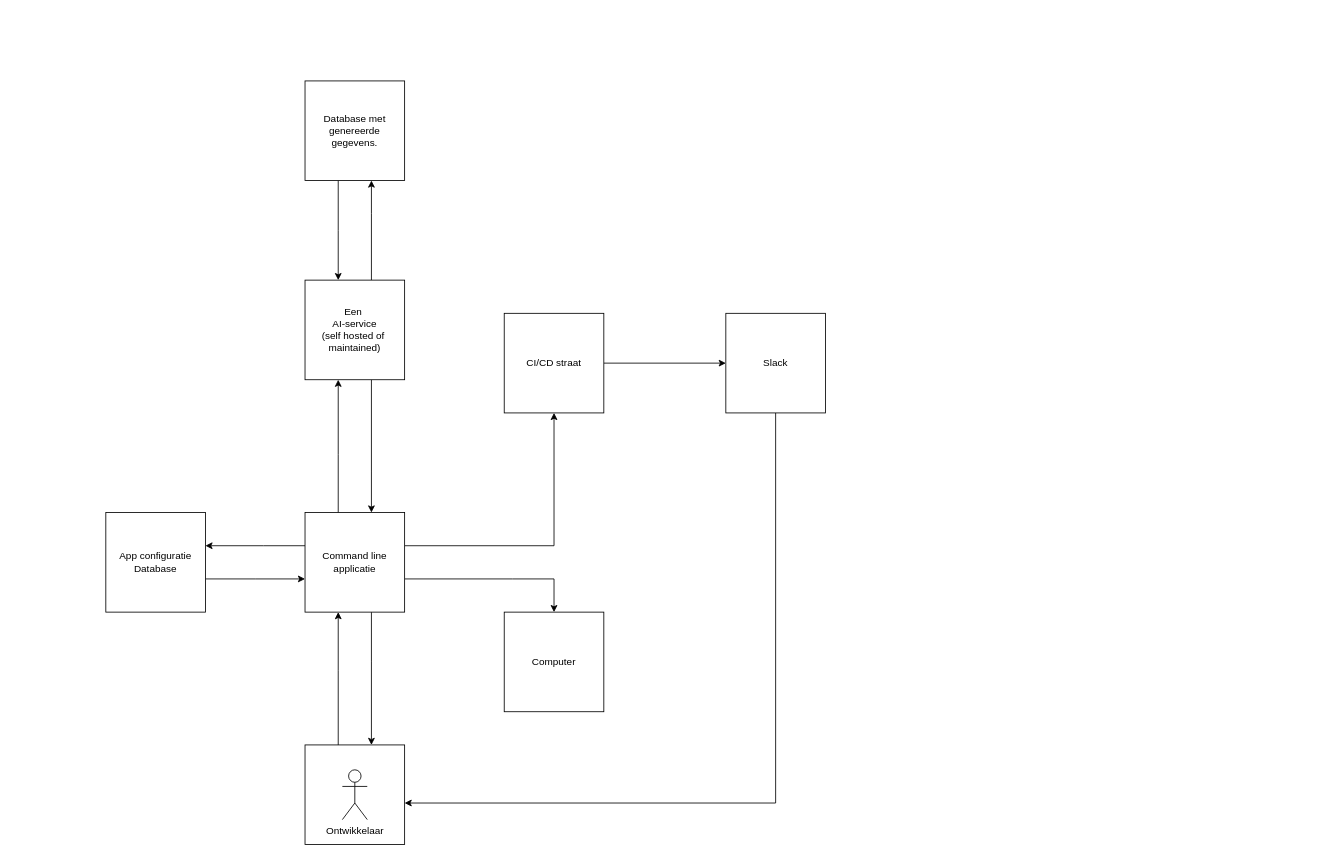
Above: page "CLI-app" (1 of 5) of cli app.drawio in luukvankooten/draw.io (draw.io), before the change. Source tidied: cells renumbered, new cells numbered last; positions are measured from the earlier drawing's top-left corner, leaving out a move shared by most shapes. Both pictures are drawn from the tidied source at 83%, with x=0, y=0 at pixel (105, 81).
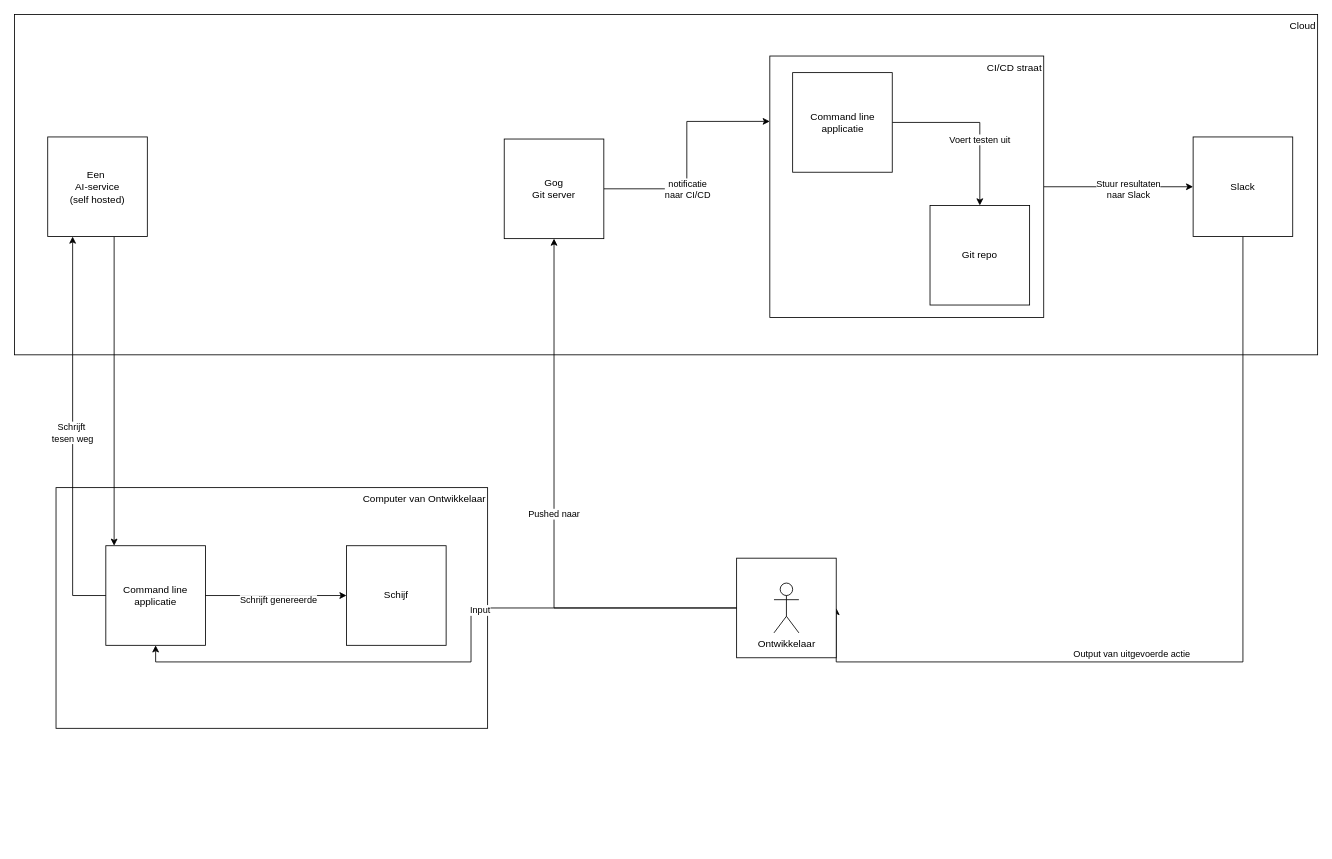
The same diagram, later.

Unchanged cells that the change refers to:
```xml
<mxCell id="21" style="whiteSpace=wrap;html=1;" parent="20" vertex="1">
  <mxGeometry width="120" height="120" as="geometry" />
</mxCell>
```

Diff of the diagram source:
```diff
@@
-    <mxCell id="2" style="edgeStyle=orthogonalEdgeStyle;rounded=0;jettySize=auto;html=1;" parent="1" edge="1" source="7" target="10">
-      <mxGeometry relative="1" as="geometry">
-        <Array as="points">
-          <mxPoint x="280" y="450" />
-          <mxPoint x="280" y="450" />
-        </Array>
-      </mxGeometry>
-    </mxCell>
-    <mxCell id="3" style="edgeStyle=orthogonalEdgeStyle;rounded=0;jettySize=auto;html=1;" parent="1" edge="1" source="7" target="21">
-      <mxGeometry relative="1" as="geometry">
-        <Array as="points">
-          <mxPoint x="320" y="700" />
-          <mxPoint x="320" y="700" />
-        </Array>
-      </mxGeometry>
-    </mxCell>
-    <mxCell id="4" style="edgeStyle=orthogonalEdgeStyle;rounded=0;jettySize=auto;html=1;" parent="1" edge="1" source="7" target="15">
-      <mxGeometry relative="1" as="geometry">
-        <Array as="points">
-          <mxPoint x="190" y="560" />
-          <mxPoint x="190" y="560" />
-        </Array>
-      </mxGeometry>
-    </mxCell>
-    <mxCell id="5" style="edgeStyle=orthogonalEdgeStyle;rounded=0;jettySize=auto;html=1;" parent="1" edge="1" source="7" target="13">
-      <mxGeometry relative="1" as="geometry">
-        <Array as="points">
-          <mxPoint x="490" y="600" />
-          <mxPoint x="490" y="600" />
-        </Array>
-      </mxGeometry>
-    </mxCell>
-    <mxCell id="6" style="edgeStyle=orthogonalEdgeStyle;rounded=0;jettySize=auto;html=1;" parent="1" edge="1" source="7" target="19">
-      <mxGeometry relative="1" as="geometry">
-        <Array as="points">
-          <mxPoint x="540" y="560" />
-        </Array>
-      </mxGeometry>
-    </mxCell>
+    <mxCell id="24" style="group;" parent="1" vertex="1">
+      <mxGeometry x="-60" y="490" width="520" height="290" as="geometry" />
+    </mxCell>
+    <mxCell id="25" value="&amp;nbsp;Computer van Ontwikkelaar" style="rounded=0;whiteSpace=wrap;html=1;verticalAlign=top;align=right;" parent="24" vertex="1">
+      <mxGeometry width="520" height="290" as="geometry" />
+    </mxCell>
-    <mxCell id="7" value="Command line applicatie" style="whiteSpace=wrap;html=1;direction=south;" parent="1" vertex="1">
-      <mxGeometry x="240" y="520" width="120" height="120" as="geometry" />
+    <mxCell id="7" value="Command line applicatie" style="whiteSpace=wrap;html=1;direction=south;" parent="24" vertex="1">
+      <mxGeometry x="60" y="70" width="120" height="120" as="geometry" />
     </mxCell>
+    <mxCell id="26" value="Schijf" style="whiteSpace=wrap;html=1;" parent="24" vertex="1">
+      <mxGeometry x="350" y="70" width="120" height="120" as="geometry" />
+    </mxCell>
+    <mxCell id="27" style="edgeStyle=orthogonalEdgeStyle;rounded=0;jettySize=auto;html=1;entryX=0;entryY=0.5;entryDx=0;entryDy=0;" parent="24" edge="1" source="7" target="26">
+      <mxGeometry relative="1" as="geometry" />
+    </mxCell>
+    <mxCell id="28" value="&lt;div&gt;Schrijft genereerde &lt;br&gt;&lt;/div&gt;" style="edgeLabel;html=1;align=center;verticalAlign=middle;" parent="27" vertex="1">
+      <mxGeometry x="0.02" y="-5" relative="1" as="geometry" />
+    </mxCell>
+    <mxCell id="29" value="&lt;div&gt;Cloud&lt;/div&gt;" style="rounded=0;whiteSpace=wrap;html=1;verticalAlign=top;align=right;" parent="1" vertex="1">
+      <mxGeometry x="-110" y="-80" width="1570" height="410" as="geometry" />
+    </mxCell>
+    <mxCell id="18" style="edgeStyle=orthogonalEdgeStyle;rounded=0;jettySize=auto;html=1;entryX=0;entryY=0.5;entryDx=0;entryDy=0;" parent="1" edge="1" source="19" target="17">
+      <mxGeometry relative="1" as="geometry" />
+    </mxCell>
+    <mxCell id="30" value="&lt;div&gt;Stuur resultaten &lt;br&gt;&lt;/div&gt;&lt;div&gt;naar Slack &lt;/div&gt;" style="edgeLabel;html=1;align=center;verticalAlign=middle;" parent="18" vertex="1">
+      <mxGeometry x="-0.24" y="-2" relative="1" as="geometry">
+        <mxPoint x="33" y="1" as="offset" />
+      </mxGeometry>
+    </mxCell>
     <mxCell id="8" style="edgeStyle=orthogonalEdgeStyle;rounded=0;jettySize=auto;html=1;" parent="1" edge="1" source="10" target="7">
       <mxGeometry relative="1" as="geometry">
         <Array as="points">
-          <mxPoint x="320" y="470" />
-          <mxPoint x="320" y="470" />
+          <mxPoint x="10" y="370" />
+          <mxPoint x="10" y="370" />
         </Array>
       </mxGeometry>
     </mxCell>
-    <mxCell id="9" style="edgeStyle=orthogonalEdgeStyle;rounded=0;jettySize=auto;html=1;" parent="1" edge="1" source="10" target="12">
-      <mxGeometry relative="1" as="geometry">
-        <Array as="points">
-          <mxPoint x="320" y="160" />
-          <mxPoint x="320" y="160" />
-        </Array>
-      </mxGeometry>
-    </mxCell>
-    <mxCell id="10" value="&lt;div&gt;Een&amp;nbsp;&lt;/div&gt;&lt;div&gt;AI-service&lt;/div&gt;&lt;div&gt;(self hosted of&amp;nbsp;&lt;/div&gt;&lt;div&gt;maintained)&lt;br&gt;&lt;/div&gt;" style="whiteSpace=wrap;html=1;" parent="1" vertex="1">
-      <mxGeometry x="240" y="240" width="120" height="120" as="geometry" />
+    <mxCell id="10" value="&lt;div&gt;Een&amp;nbsp;&lt;/div&gt;&lt;div&gt;AI-service&lt;/div&gt;&lt;div&gt;(self hosted)&lt;br&gt;&lt;/div&gt;" style="whiteSpace=wrap;html=1;" parent="1" vertex="1">
+      <mxGeometry x="-70" y="67.5" width="120" height="120" as="geometry" />
     </mxCell>
-    <mxCell id="11" style="edgeStyle=orthogonalEdgeStyle;rounded=0;jettySize=auto;html=1;" parent="1" edge="1" source="12" target="10">
-      <mxGeometry relative="1" as="geometry">
-        <Array as="points">
-          <mxPoint x="280" y="180" />
-          <mxPoint x="280" y="180" />
-        </Array>
-      </mxGeometry>
-    </mxCell>
-    <mxCell id="12" value="Database met genereerde gegevens." style="whiteSpace=wrap;html=1;" parent="1" vertex="1">
-      <mxGeometry x="240" width="120" height="120" as="geometry" />
-    </mxCell>
-    <mxCell id="13" value="Computer" style="whiteSpace=wrap;html=1;" parent="1" vertex="1">
-      <mxGeometry x="480" y="640" width="120" height="120" as="geometry" />
-    </mxCell>
-    <mxCell id="14" style="edgeStyle=orthogonalEdgeStyle;rounded=0;jettySize=auto;html=1;" parent="1" edge="1" source="15" target="7">
-      <mxGeometry relative="1" as="geometry">
-        <Array as="points">
-          <mxPoint x="180" y="600" />
-          <mxPoint x="180" y="600" />
-        </Array>
-      </mxGeometry>
-    </mxCell>
-    <mxCell id="15" value="&lt;div&gt;App configuratie&lt;/div&gt;&lt;div&gt;Database&lt;br&gt;&lt;/div&gt;" style="whiteSpace=wrap;html=1;" parent="1" vertex="1">
-      <mxGeometry y="520" width="120" height="120" as="geometry" />
-    </mxCell>
-    <mxCell id="16" style="edgeStyle=orthogonalEdgeStyle;rounded=0;jettySize=auto;html=1;" parent="1" edge="1" source="17" target="21">
+    <mxCell id="16" style="edgeStyle=orthogonalEdgeStyle;rounded=0;jettySize=auto;html=1;exitX=0.5;exitY=1;exitDx=0;exitDy=0;entryX=1;entryY=0.5;entryDx=0;entryDy=0;" parent="1" edge="1" source="17" target="21">
       <mxGeometry relative="1" as="geometry">
         <Array as="points">
-          <mxPoint x="807" y="870" />
+          <mxPoint x="1370" y="700" />
         </Array>
       </mxGeometry>
     </mxCell>
+    <mxCell id="31" value="Output van uitgevoerde actie" style="edgeLabel;html=1;align=center;verticalAlign=middle;" parent="16" vertex="1">
+      <mxGeometry x="0.65" y="3" relative="1" as="geometry">
+        <mxPoint x="234" y="-13" as="offset" />
+      </mxGeometry>
+    </mxCell>
     <mxCell id="17" value="Slack" style="whiteSpace=wrap;html=1;" parent="1" vertex="1">
-      <mxGeometry x="747" y="280" width="120" height="120" as="geometry" />
+      <mxGeometry x="1310" y="67.5" width="120" height="120" as="geometry" />
     </mxCell>
-    <mxCell id="18" style="edgeStyle=orthogonalEdgeStyle;rounded=0;jettySize=auto;html=1;" parent="1" edge="1" source="19" target="17">
-      <mxGeometry relative="1" as="geometry" />
-    </mxCell>
-    <mxCell id="19" value="CI/CD straat" style="whiteSpace=wrap;html=1;" parent="1" vertex="1">
-      <mxGeometry x="480" y="280" width="120" height="120" as="geometry" />
-    </mxCell>
     <mxCell id="20" style="group;" parent="1" vertex="1">
-      <mxGeometry x="240" y="800" width="120" height="120" as="geometry" />
+      <mxGeometry x="760" y="575" width="120" height="120" as="geometry" />
     </mxCell>
@@
+    <mxCell id="32" style="group;" parent="1" vertex="1">
+      <mxGeometry x="800" y="-30" width="330" height="315" as="geometry" />
+    </mxCell>
+    <mxCell id="19" value="CI/CD straat" style="rounded=0;whiteSpace=wrap;html=1;verticalAlign=top;align=right;" parent="32" vertex="1">
+      <mxGeometry width="330" height="315" as="geometry" />
+    </mxCell>
+    <mxCell id="33" style="edgeStyle=orthogonalEdgeStyle;rounded=0;jettySize=auto;html=1;" parent="32" edge="1" source="35" target="36">
+      <mxGeometry relative="1" as="geometry" />
+    </mxCell>
+    <mxCell id="34" value="Voert testen uit" style="edgeLabel;html=1;align=center;verticalAlign=middle;" parent="33" vertex="1">
+      <mxGeometry x="-0.21" y="1" relative="1" as="geometry">
+        <mxPoint x="24" y="21" as="offset" />
+      </mxGeometry>
+    </mxCell>
+    <mxCell id="35" value="Command line applicatie" style="whiteSpace=wrap;html=1;direction=south;" parent="32" vertex="1">
+      <mxGeometry x="27.5" y="20" width="120" height="120" as="geometry" />
+    </mxCell>
+    <mxCell id="36" value="Git repo" style="whiteSpace=wrap;html=1;direction=south;" parent="32" vertex="1">
+      <mxGeometry x="193" y="180" width="120" height="120" as="geometry" />
+    </mxCell>
+    <mxCell id="37" style="edgeStyle=orthogonalEdgeStyle;rounded=0;jettySize=auto;html=1;entryX=0;entryY=0.25;entryDx=0;entryDy=0;" parent="1" edge="1" source="39" target="19">
+      <mxGeometry relative="1" as="geometry" />
+    </mxCell>
+    <mxCell id="38" value="&lt;div&gt;notificatie &lt;br&gt;&lt;/div&gt;&lt;div&gt;naar CI/CD&lt;br&gt;&lt;/div&gt;" style="edgeLabel;html=1;align=center;verticalAlign=middle;" parent="37" vertex="1">
+      <mxGeometry x="-0.59" relative="1" as="geometry">
+        <mxPoint x="42" as="offset" />
+      </mxGeometry>
+    </mxCell>
+    <mxCell id="39" value="&lt;div&gt;Gog&lt;/div&gt;&lt;div&gt;Git server&lt;br&gt;&lt;/div&gt;" style="whiteSpace=wrap;html=1;direction=south;" parent="1" vertex="1">
+      <mxGeometry x="480" y="70" width="120" height="120" as="geometry" />
+    </mxCell>
+    <mxCell id="40" value="Pushed naar" style="edgeStyle=orthogonalEdgeStyle;rounded=0;jettySize=auto;html=1;entryX=1;entryY=0.5;entryDx=0;entryDy=0;" parent="1" edge="1" source="21" target="39">
+      <mxGeometry relative="1" as="geometry" />
+    </mxCell>
-    <mxCell id="23" style="edgeStyle=orthogonalEdgeStyle;rounded=0;jettySize=auto;html=1;" parent="1" edge="1" source="21" target="7">
-      <mxGeometry relative="1" as="geometry">
-        <Array as="points">
-          <mxPoint x="280" y="710" />
-          <mxPoint x="280" y="710" />
-        </Array>
-      </mxGeometry>
+    <mxCell id="23" style="edgeStyle=orthogonalEdgeStyle;rounded=0;jettySize=auto;html=1;entryX=1;entryY=0.5;entryDx=0;entryDy=0;" parent="1" edge="1" source="21" target="7">
+      <mxGeometry relative="1" as="geometry" />
     </mxCell>
+    <mxCell id="41" value="Input" style="edgeLabel;html=1;align=center;verticalAlign=middle;" parent="23" vertex="1">
+      <mxGeometry x="-0.21" y="2" relative="1" as="geometry" />
+    </mxCell>
+    <mxCell id="2" value="&lt;div&gt;Schrijft&amp;nbsp;&lt;/div&gt;&lt;div&gt;tesen weg&lt;/div&gt;" style="edgeStyle=orthogonalEdgeStyle;rounded=0;jettySize=auto;html=1;" parent="1" edge="1" source="7" target="10">
+      <mxGeometry relative="1" as="geometry">
+        <Array as="points">
+          <mxPoint x="-40" y="330" />
+          <mxPoint x="-40" y="330" />
+        </Array>
+      </mxGeometry>
+    </mxCell>
```
